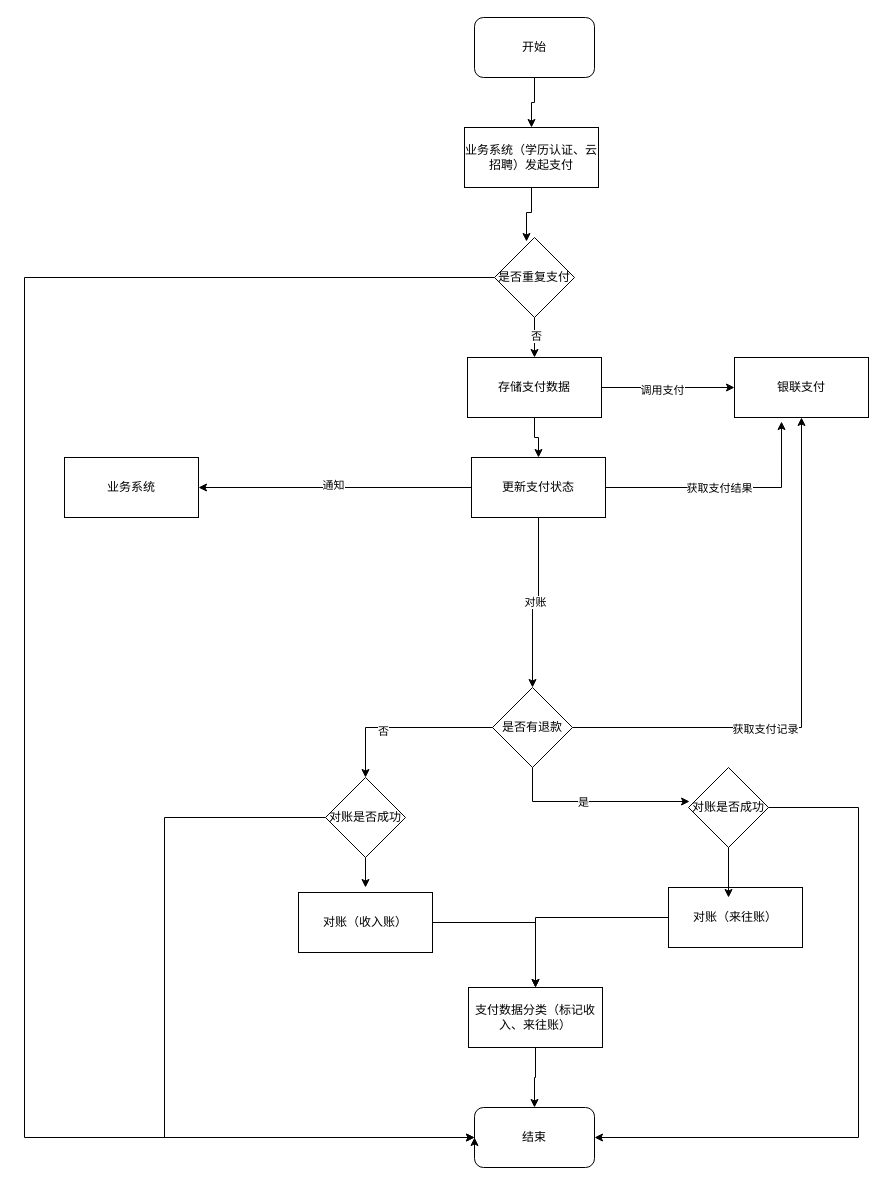
The draw.io diagram 财务系统数据流.drawio in zhangfengman/autoJs, before the edit. Source tidied: cells renumbered, new cells numbered last; positions are measured from the earlier drawing's top-left corner, leaving out a move shared by most shapes. Both pictures are drawn from the tidied source at 100%, with x=0, y=0 at pixel (24, 17).
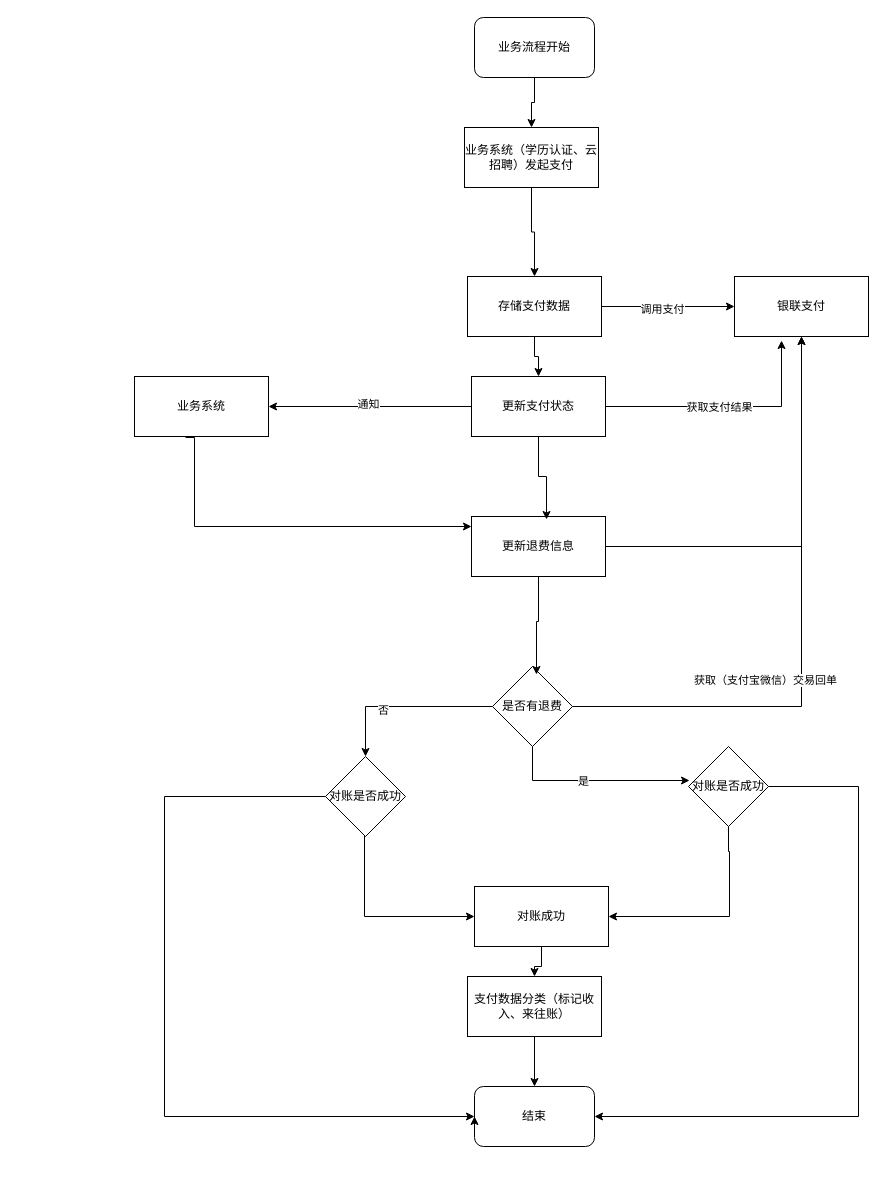
The same page after the edit.

Commit message (it also covers changes not shown here):
更新财务系统数据流.drawio

Unchanged cells that the change refers to:
```xml
<mxCell id="4" value="业务系统（学历认证、云招聘）发起支付" style="rounded=0;whiteSpace=wrap;html=1;" parent="1" vertex="1">
  <mxGeometry x="440" y="110" width="134" height="60" as="geometry" />
</mxCell>
<mxCell id="26" style="edgeStyle=orthogonalEdgeStyle;rounded=0;jettySize=auto;html=1;entryX=0.5;entryY=1;entryDx=0;entryDy=0;exitX=1;exitY=0.5;exitDx=0;exitDy=0;" parent="1" edge="1" source="30" target="9">
  <mxGeometry relative="1" as="geometry" />
</mxCell>
```

What changed in the source:
```diff
@@
-    <mxCell id="3" value="开始" style="rounded=1;whiteSpace=wrap;html=1;" parent="1" vertex="1">
+    <mxCell id="3" value="业务流程开始" style="rounded=1;whiteSpace=wrap;html=1;" parent="1" vertex="1">
       <mxGeometry x="450" width="120" height="60" as="geometry" />
     </mxCell>
+    <mxCell id="44" style="edgeStyle=orthogonalEdgeStyle;rounded=0;jettySize=auto;html=1;entryX=0.5;entryY=0;entryDx=0;entryDy=0;" parent="1" edge="1" source="4" target="8">
+      <mxGeometry relative="1" as="geometry" />
+    </mxCell>
@@
     <mxCell id="8" value="存储支付数据" style="rounded=0;whiteSpace=wrap;html=1;" parent="1" vertex="1">
-      <mxGeometry x="443" y="340" width="134" height="60" as="geometry" />
+      <mxGeometry x="443" y="259" width="134" height="60" as="geometry" />
     </mxCell>
     <mxCell id="9" value="银联支付" style="rounded=0;whiteSpace=wrap;html=1;" parent="1" vertex="1">
-      <mxGeometry x="710" y="340" width="134" height="60" as="geometry" />
+      <mxGeometry x="710" y="259" width="134" height="60" as="geometry" />
     </mxCell>
-    <mxCell id="10" style="edgeStyle=orthogonalEdgeStyle;rounded=0;jettySize=auto;html=1;entryX=0.5;entryY=0;entryDx=0;entryDy=0;" parent="1" edge="1" source="13" target="8">
-      <mxGeometry relative="1" as="geometry" />
-    </mxCell>
-    <mxCell id="11" value="否" style="edgeLabel;html=1;align=center;verticalAlign=middle;" parent="10" vertex="1">
-      <mxGeometry x="-0.12" y="1" relative="1" as="geometry" />
-    </mxCell>
-    <mxCell id="12" style="edgeStyle=orthogonalEdgeStyle;rounded=0;jettySize=auto;html=1;" parent="1" edge="1" source="13" target="24">
-      <mxGeometry relative="1" as="geometry">
-        <Array as="points">
-          <mxPoint y="260" />
-          <mxPoint y="1120" />
-        </Array>
-      </mxGeometry>
-    </mxCell>
-    <mxCell id="13" value="是否重复支付" style="rhombus;whiteSpace=wrap;html=1;" parent="1" vertex="1">
-      <mxGeometry x="470" y="220" width="80" height="80" as="geometry" />
-    </mxCell>
@@
-    <mxCell id="16" style="edgeStyle=orthogonalEdgeStyle;rounded=0;jettySize=auto;html=1;" parent="1" edge="1" source="18" target="30">
-      <mxGeometry relative="1" as="geometry" />
-    </mxCell>
-    <mxCell id="17" value="对账" style="edgeLabel;html=1;align=center;verticalAlign=middle;" parent="16" vertex="1">
-      <mxGeometry x="0.01" y="-1" relative="1" as="geometry" />
-    </mxCell>
     <mxCell id="18" value="更新支付状态" style="rounded=0;whiteSpace=wrap;html=1;" parent="1" vertex="1">
-      <mxGeometry x="447" y="440" width="134" height="60" as="geometry" />
+      <mxGeometry x="447" y="359" width="134" height="60" as="geometry" />
     </mxCell>
@@
+    <mxCell id="45" style="edgeStyle=orthogonalEdgeStyle;rounded=0;jettySize=auto;html=1;exitX=0.381;exitY=1.017;exitDx=0;exitDy=0;exitPerimeter=0;" parent="1" edge="1" source="21" target="48">
+      <mxGeometry relative="1" as="geometry">
+        <Array as="points">
+          <mxPoint x="170" y="420" />
+          <mxPoint x="170" y="509" />
+        </Array>
+      </mxGeometry>
+    </mxCell>
     <mxCell id="21" value="业务系统" style="rounded=0;whiteSpace=wrap;html=1;" parent="1" vertex="1">
-      <mxGeometry x="40" y="440" width="134" height="60" as="geometry" />
+      <mxGeometry x="110" y="359" width="134" height="60" as="geometry" />
     </mxCell>
@@
     <mxCell id="23" value="支付数据分类（标记收入、来往账）" style="rounded=0;whiteSpace=wrap;html=1;" parent="1" vertex="1">
-      <mxGeometry x="444" y="970" width="134" height="60" as="geometry" />
+      <mxGeometry x="443" y="959" width="134" height="60" as="geometry" />
     </mxCell>
     <mxCell id="24" value="结束" style="rounded=1;whiteSpace=wrap;html=1;" parent="1" vertex="1">
-      <mxGeometry x="450" y="1090" width="120" height="60" as="geometry" />
+      <mxGeometry x="450" y="1069" width="120" height="60" as="geometry" />
     </mxCell>
-    <mxCell id="25" style="edgeStyle=orthogonalEdgeStyle;rounded=0;jettySize=auto;html=1;entryX=0.4;entryY=0.05;entryDx=0;entryDy=0;entryPerimeter=0;" parent="1" edge="1" source="4" target="13">
-      <mxGeometry relative="1" as="geometry" />
-    </mxCell>
@@
-    <mxCell id="27" value="获取支付记录" style="edgeLabel;html=1;align=center;verticalAlign=middle;" parent="26" vertex="1">
+    <mxCell id="27" value="获取（支付宝微信）交易回单" style="edgeLabel;html=1;align=center;verticalAlign=middle;" parent="26" vertex="1">
       <mxGeometry x="-0.09" y="-1" relative="1" as="geometry">
         <mxPoint x="-38" y="17" as="offset" />
       </mxGeometry>
     </mxCell>
-    <mxCell id="28" style="edgeStyle=orthogonalEdgeStyle;rounded=0;jettySize=auto;html=1;entryX=0.5;entryY=0;entryDx=0;entryDy=0;" parent="1" edge="1" source="29" target="23">
-      <mxGeometry relative="1" as="geometry" />
-    </mxCell>
-    <mxCell id="29" value="对账（来往账）" style="rounded=0;whiteSpace=wrap;html=1;" parent="1" vertex="1">
-      <mxGeometry x="644" y="870" width="134" height="60" as="geometry" />
-    </mxCell>
-    <mxCell id="30" value="是否有退款" style="rhombus;whiteSpace=wrap;html=1;" parent="1" vertex="1">
-      <mxGeometry x="468" y="670" width="80" height="80" as="geometry" />
+    <mxCell id="30" value="是否有退费" style="rhombus;whiteSpace=wrap;html=1;" parent="1" vertex="1">
+      <mxGeometry x="468" y="649" width="80" height="80" as="geometry" />
     </mxCell>
@@
-    <mxCell id="34" value="对账（收入账）" style="rounded=0;whiteSpace=wrap;html=1;" parent="1" vertex="1">
-      <mxGeometry x="274" y="875" width="134" height="60" as="geometry" />
+    <mxCell id="34" value="对账成功" style="rounded=0;whiteSpace=wrap;html=1;" parent="1" vertex="1">
+      <mxGeometry x="450" y="869" width="134" height="60" as="geometry" />
     </mxCell>
@@
-    <mxCell id="37" style="edgeStyle=orthogonalEdgeStyle;rounded=0;jettySize=auto;html=1;exitX=0.5;exitY=1;exitDx=0;exitDy=0;" parent="1" edge="1" source="39">
-      <mxGeometry relative="1" as="geometry">
-        <mxPoint x="341" y="870" as="targetPoint" />
-      </mxGeometry>
-    </mxCell>
     <mxCell id="38" style="edgeStyle=orthogonalEdgeStyle;rounded=0;jettySize=auto;html=1;" parent="1" edge="1" source="39" target="24">
       <mxGeometry relative="1" as="geometry">
         <Array as="points">
-          <mxPoint x="140" y="800" />
-          <mxPoint x="140" y="1120" />
+          <mxPoint x="140" y="779" />
+          <mxPoint x="140" y="1099" />
         </Array>
       </mxGeometry>
     </mxCell>
+    <mxCell id="46" style="edgeStyle=orthogonalEdgeStyle;rounded=0;jettySize=auto;html=1;entryX=0;entryY=0.5;entryDx=0;entryDy=0;" parent="1" edge="1" source="39" target="34">
+      <mxGeometry relative="1" as="geometry">
+        <Array as="points">
+          <mxPoint x="340" y="899" />
+        </Array>
+      </mxGeometry>
+    </mxCell>
     <mxCell id="39" value="对账是否成功" style="rhombus;whiteSpace=wrap;html=1;" parent="1" vertex="1">
-      <mxGeometry x="301" y="760" width="80" height="80" as="geometry" />
+      <mxGeometry x="301" y="739" width="80" height="80" as="geometry" />
     </mxCell>
     <mxCell id="40" style="edgeStyle=orthogonalEdgeStyle;rounded=0;jettySize=auto;html=1;entryX=1;entryY=0.5;entryDx=0;entryDy=0;" parent="1" edge="1" source="41" target="24">
       <mxGeometry relative="1" as="geometry">
         <Array as="points">
-          <mxPoint x="834" y="790" />
-          <mxPoint x="834" y="1120" />
+          <mxPoint x="834" y="769" />
+          <mxPoint x="834" y="1099" />
         </Array>
       </mxGeometry>
     </mxCell>
     <mxCell id="41" value="对账是否成功" style="rhombus;whiteSpace=wrap;html=1;" parent="1" vertex="1">
-      <mxGeometry x="664" y="750" width="80" height="80" as="geometry" />
+      <mxGeometry x="664" y="729" width="80" height="80" as="geometry" />
     </mxCell>
-    <mxCell id="42" style="edgeStyle=orthogonalEdgeStyle;rounded=0;jettySize=auto;html=1;exitX=0.5;exitY=1;exitDx=0;exitDy=0;entryX=0.448;entryY=0.167;entryDx=0;entryDy=0;entryPerimeter=0;" parent="1" edge="1" source="41" target="29">
-      <mxGeometry relative="1" as="geometry" />
+    <mxCell id="42" style="edgeStyle=orthogonalEdgeStyle;rounded=0;jettySize=auto;html=1;exitX=0.5;exitY=1;exitDx=0;exitDy=0;entryX=1;entryY=0.5;entryDx=0;entryDy=0;" parent="1" edge="1" source="41" target="34">
+      <mxGeometry relative="1" as="geometry">
+        <Array as="points">
+          <mxPoint x="704" y="834" />
+          <mxPoint x="705" y="834" />
+          <mxPoint x="705" y="899" />
+        </Array>
+      </mxGeometry>
     </mxCell>
@@
+    <mxCell id="47" style="edgeStyle=orthogonalEdgeStyle;rounded=0;jettySize=auto;html=1;entryX=0.5;entryY=1;entryDx=0;entryDy=0;" parent="1" edge="1" source="48" target="9">
+      <mxGeometry relative="1" as="geometry" />
+    </mxCell>
+    <mxCell id="48" value="更新退费信息" style="rounded=0;whiteSpace=wrap;html=1;" parent="1" vertex="1">
+      <mxGeometry x="447" y="499" width="134" height="60" as="geometry" />
+    </mxCell>
+    <mxCell id="49" style="edgeStyle=orthogonalEdgeStyle;rounded=0;jettySize=auto;html=1;entryX=0.56;entryY=0.05;entryDx=0;entryDy=0;entryPerimeter=0;" parent="1" edge="1" source="18" target="48">
+      <mxGeometry relative="1" as="geometry" />
+    </mxCell>
+    <mxCell id="50" style="edgeStyle=orthogonalEdgeStyle;rounded=0;jettySize=auto;html=1;entryX=0.55;entryY=0.1;entryDx=0;entryDy=0;entryPerimeter=0;" parent="1" edge="1" source="48" target="30">
+      <mxGeometry relative="1" as="geometry" />
+    </mxCell>
```
